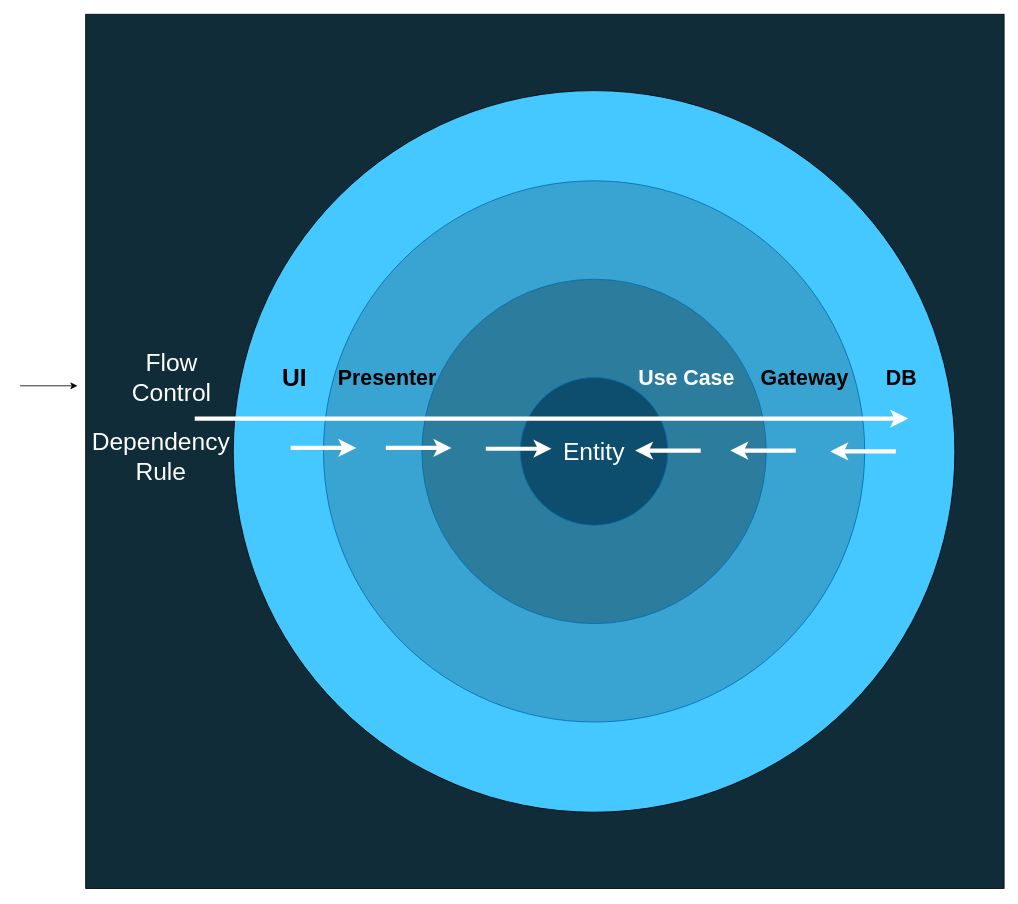
AlexanderLapygin/dependency-inversion-slides keeps this draw.io diagram as diagrams/caFlowControlDependencyRule.drawio. Above is the earlier version. Source tidied: cells renumbered, new cells numbered last; positions are measured from the earlier drawing's top-left corner, leaving out a move shared by most shapes. Both pictures are drawn from the tidied source at 82%, with x=0, y=0 at pixel (20, 14).
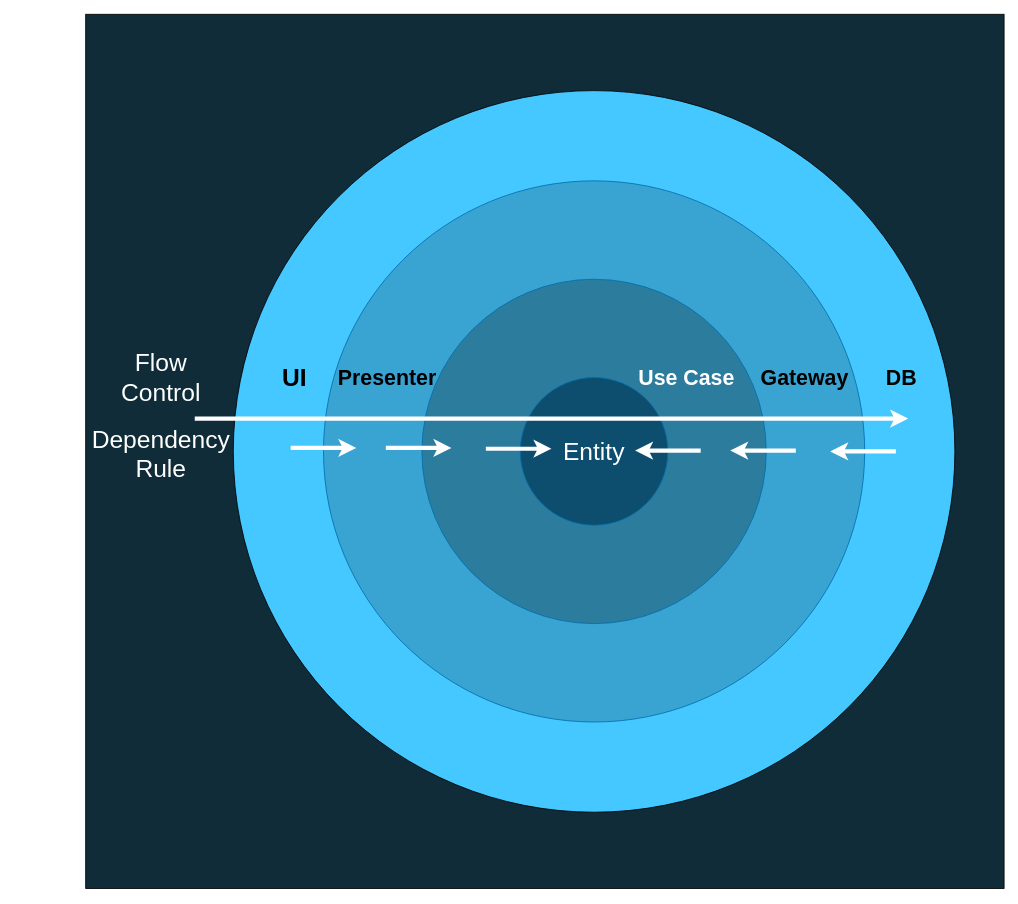
After the change.

Diff of the diagram source:
```diff
@@
     <mxCell id="15" value="Dependency Rule" style="text;html=1;strokeColor=none;fillColor=none;align=center;verticalAlign=middle;whiteSpace=wrap;rounded=0;fontSize=30;fontStyle=0;fontColor=#FFFFFF;" parent="1" vertex="1">
-      <mxGeometry x="57" y="499" width="230" height="80" as="geometry" />
+      <mxGeometry x="57" y="496" width="230" height="80" as="geometry" />
     </mxCell>
@@
     <mxCell id="17" value="Flow&lt;br&gt;Control" style="text;html=1;strokeColor=none;fillColor=none;align=center;verticalAlign=middle;whiteSpace=wrap;rounded=0;fontSize=30;fontStyle=0;fontColor=#FFFFFF;" parent="1" vertex="1">
-      <mxGeometry x="120" y="403" width="130" height="80" as="geometry" />
+      <mxGeometry x="107" y="403" width="130" height="80" as="geometry" />
     </mxCell>
-    <mxCell id="18" style="endArrow=classic;html=1;" parent="1" edge="1">
-      <mxGeometry relative="1" as="geometry">
-        <mxPoint y="453" as="sourcePoint" />
-        <mxPoint x="70" y="453" as="targetPoint" />
-      </mxGeometry>
-    </mxCell>
```
